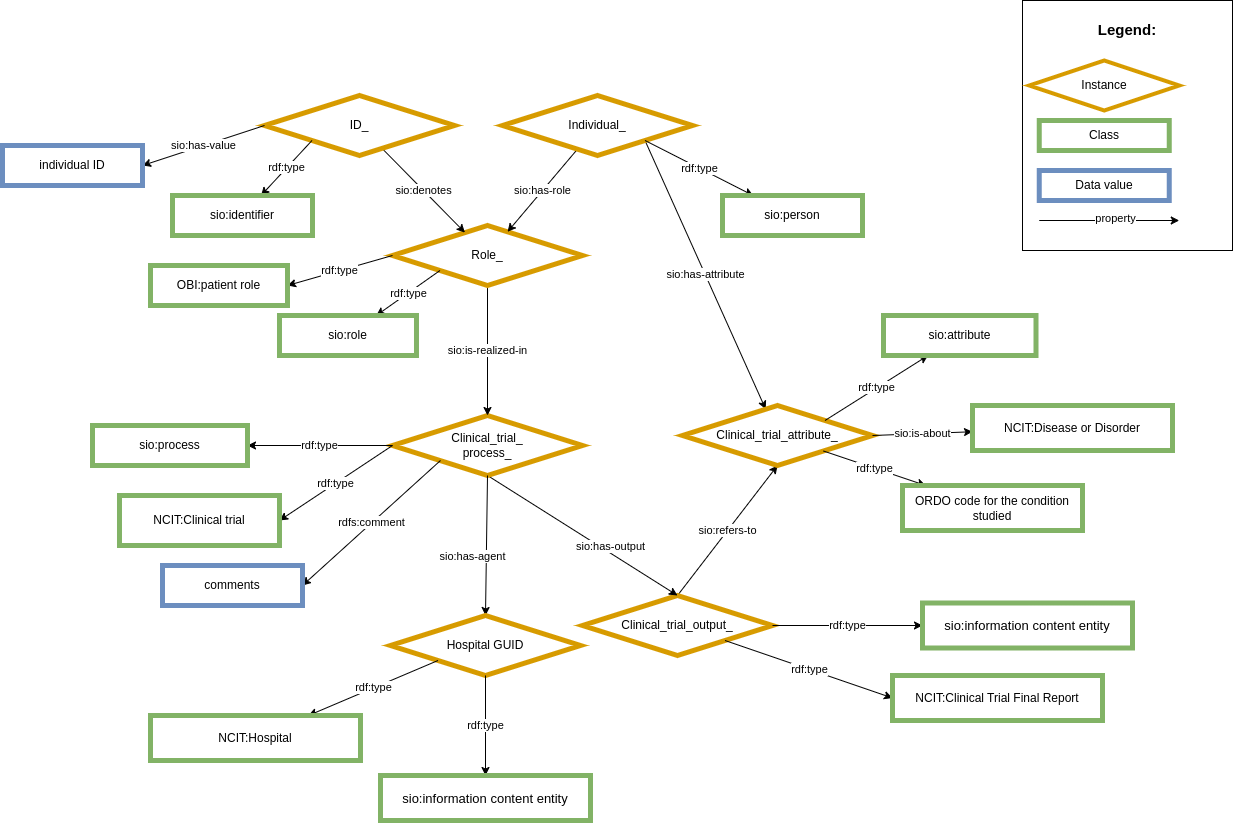
Above: images/CARE-SM-Clinical_trials.png in CARE-SM/CARE-Semantic-Model (draw.io), before the change. Source tidied: cells renumbered, new cells last; positions are measured from the earlier drawing's top-left corner, leaving out a move shared by most shapes.
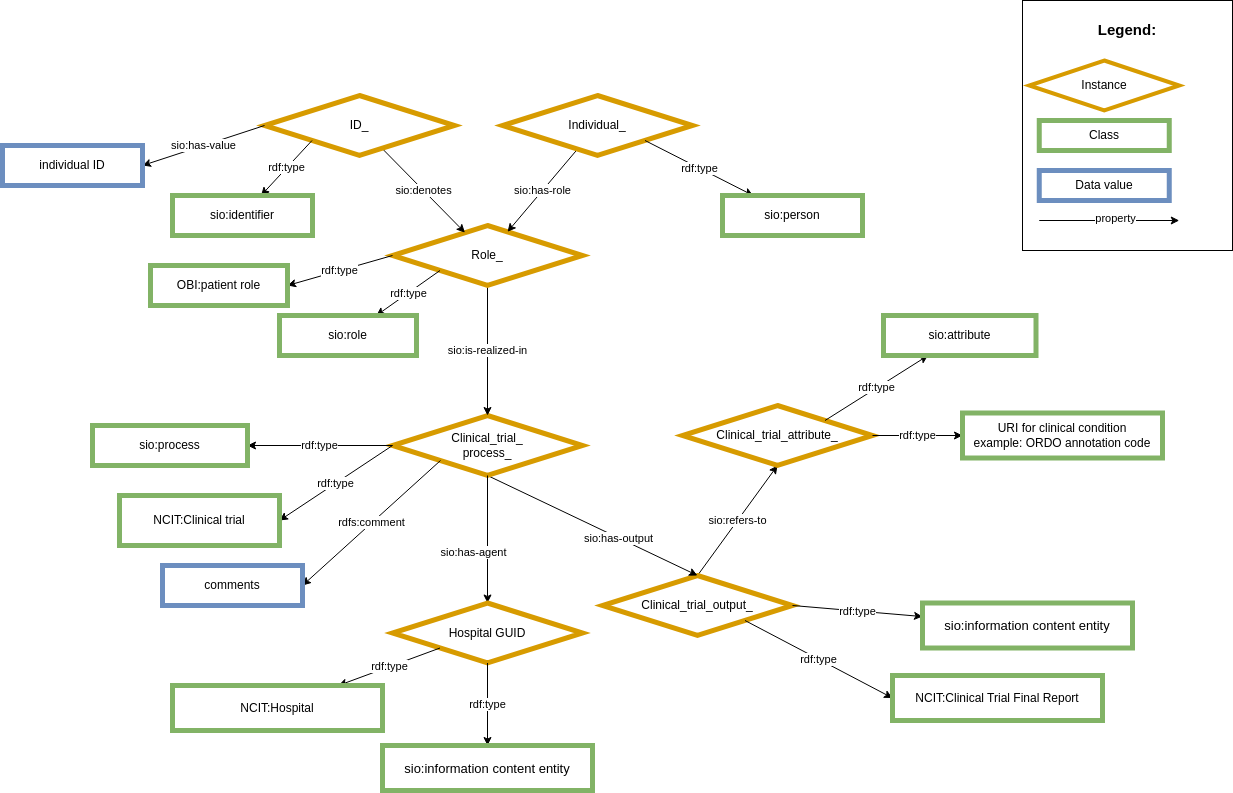
The same file after the commit.

What changed in the source:
```diff
@@ -6,7 +6,7 @@
       <mxGeometry relative="1" as="geometry" />
     </mxCell>
     <mxCell id="3" value="Clinical_trial_output_" style="rhombus;whiteSpace=wrap;html=1;fillColor=#FFFFFF;strokeColor=#d79b00;strokeWidth=5;" parent="1" vertex="1">
-      <mxGeometry x="580" y="595" width="190" height="60" as="geometry" />
+      <mxGeometry x="600" y="575" width="190" height="60" as="geometry" />
     </mxCell>
     <mxCell id="4" style="edgeStyle=none;rounded=0;jettySize=auto;html=1;exitX=0.5;exitY=1;exitDx=0;exitDy=0;entryX=0.5;entryY=0;entryDx=0;entryDy=0;" parent="1" edge="1" source="6" target="3">
       <mxGeometry relative="1" as="geometry" />
@@ -34,9 +34,6 @@
     <mxCell id="11" value="&lt;font size=&quot;2&quot;&gt;sio:information content entity&lt;/font&gt;" style="whiteSpace=wrap;html=1;fillColor=#FFFFFF;strokeColor=#82b366;strokeWidth=5;" parent="1" vertex="1">
       <mxGeometry x="920" y="602.5" width="210" height="45" as="geometry" />
     </mxCell>
-    <mxCell id="12" value="sio:has-attribute" style="rounded=0;jettySize=auto;html=1;exitX=1;exitY=1;exitDx=0;exitDy=0;" parent="1" edge="1" source="17" target="18">
-      <mxGeometry relative="1" as="geometry" />
-    </mxCell>
     <mxCell id="13" value="Role_" style="rhombus;whiteSpace=wrap;html=1;fillColor=#FFFFFF;strokeColor=#d79b00;strokeWidth=5;" parent="1" vertex="1">
       <mxGeometry x="390" y="225" width="190" height="60" as="geometry" />
     </mxCell>
@@ -88,13 +85,13 @@
       </mxGeometry>
     </mxCell>
     <mxCell id="29" value="Hospital GUID" style="rhombus;whiteSpace=wrap;html=1;fillColor=#FFFFFF;strokeColor=#d79b00;strokeWidth=5;" parent="1" vertex="1">
-      <mxGeometry x="388" y="615" width="190" height="60" as="geometry" />
+      <mxGeometry x="390" y="602.5" width="190" height="60" as="geometry" />
     </mxCell>
     <mxCell id="30" value="rdf:type" style="edgeStyle=none;rounded=0;jettySize=auto;html=1;exitX=0.5;exitY=1;exitDx=0;exitDy=0;" parent="1" edge="1" source="29" target="31">
       <mxGeometry relative="1" as="geometry" />
     </mxCell>
     <mxCell id="31" value="&lt;font size=&quot;2&quot;&gt;sio:information content entity&lt;/font&gt;" style="whiteSpace=wrap;html=1;fillColor=#FFFFFF;strokeColor=#82b366;strokeWidth=5;" parent="1" vertex="1">
-      <mxGeometry x="378" y="775" width="210" height="45" as="geometry" />
+      <mxGeometry x="380" y="745" width="210" height="45" as="geometry" />
     </mxCell>
     <mxCell id="32" value="sio:has-value" style="rounded=0;jettySize=auto;html=1;exitX=0;exitY=0.5;exitDx=0;exitDy=0;entryX=1;entryY=0.5;entryDx=0;entryDy=0;" parent="1" edge="1" source="15" target="33">
       <mxGeometry relative="1" as="geometry" />
@@ -124,14 +121,8 @@
       <mxGeometry relative="1" as="geometry" />
     </mxCell>
     <mxCell id="41" value="NCIT:Hospital" style="whiteSpace=wrap;html=1;fillColor=#FFFFFF;strokeColor=#82b366;strokeWidth=5;" parent="1" vertex="1">
-      <mxGeometry x="148" y="715" width="210" height="45" as="geometry" />
+      <mxGeometry x="170" y="685" width="210" height="45" as="geometry" />
     </mxCell>
-    <mxCell id="42" value="sio:is-about" style="edgeStyle=none;rounded=0;jettySize=auto;html=1;exitX=1;exitY=0.5;exitDx=0;exitDy=0;" parent="1" edge="1" source="18" target="43">
-      <mxGeometry relative="1" as="geometry" />
-    </mxCell>
-    <mxCell id="43" value="&lt;span style=&quot;background-color: initial;&quot;&gt;NCIT:Disease or Disorder&lt;/span&gt;&lt;span style=&quot;background-color: initial;&quot;&gt;&lt;br&gt;&lt;/span&gt;" style="whiteSpace=wrap;html=1;fillColor=#FFFFFF;strokeColor=#82b366;strokeWidth=5;" parent="1" vertex="1">
-      <mxGeometry x="970" y="405" width="200" height="45" as="geometry" />
-    </mxCell>
     <mxCell id="44" value="rdfs:comment" style="rounded=0;jettySize=auto;html=1;exitX=0;exitY=1;exitDx=0;exitDy=0;entryX=1;entryY=0.5;entryDx=0;entryDy=0;" parent="1" edge="1" target="45">
       <mxGeometry relative="1" as="geometry">
         <mxPoint x="438" y="460" as="sourcePoint" />
@@ -143,8 +134,8 @@
     <mxCell id="46" value="rdf:type" style="edgeStyle=none;rounded=0;jettySize=auto;html=1;" parent="1" edge="1" source="18" target="47">
       <mxGeometry relative="1" as="geometry" />
     </mxCell>
-    <mxCell id="47" value="ORDO code for the condition studied" style="whiteSpace=wrap;html=1;fillColor=#FFFFFF;strokeColor=#82b366;strokeWidth=5;" parent="1" vertex="1">
-      <mxGeometry x="900" y="485" width="180" height="45" as="geometry" />
+    <mxCell id="47" value="&lt;div style=&quot;border-color: var(--border-color);&quot;&gt;URI for clinical condition&lt;/div&gt;&lt;div style=&quot;border-color: var(--border-color);&quot;&gt;example: ORDO annotation code&lt;/div&gt;" style="whiteSpace=wrap;html=1;fillColor=#FFFFFF;strokeColor=#82b366;strokeWidth=5;" parent="1" vertex="1">
+      <mxGeometry x="960" y="412.5" width="200" height="45" as="geometry" />
     </mxCell>
     <mxCell id="48" value="&lt;div style=&quot;text-align: left; font-size: 15px;&quot;&gt;&lt;span style=&quot;background-color: initial;&quot;&gt;&lt;b style=&quot;&quot;&gt;&lt;font style=&quot;font-size: 15px;&quot;&gt;Legend:&lt;/font&gt;&lt;/b&gt;&lt;/span&gt;&lt;/div&gt;&lt;div style=&quot;text-align: left; font-size: 15px;&quot;&gt;&lt;span style=&quot;background-color: initial;&quot;&gt;&lt;br&gt;&lt;/span&gt;&lt;/div&gt;&lt;div style=&quot;text-align: left;&quot;&gt;&lt;span style=&quot;background-color: initial;&quot;&gt;&lt;br&gt;&lt;/span&gt;&lt;/div&gt;&lt;div style=&quot;text-align: left;&quot;&gt;&lt;span style=&quot;background-color: initial;&quot;&gt;&lt;br&gt;&lt;/span&gt;&lt;/div&gt;&lt;div style=&quot;text-align: left;&quot;&gt;&lt;br&gt;&lt;/div&gt;&lt;div style=&quot;text-align: left;&quot;&gt;&lt;br&gt;&lt;/div&gt;&lt;div style=&quot;text-align: left;&quot;&gt;&lt;br&gt;&lt;/div&gt;&lt;div style=&quot;text-align: left;&quot;&gt;&lt;br&gt;&lt;/div&gt;&lt;div style=&quot;text-align: left;&quot;&gt;&lt;br&gt;&lt;/div&gt;&lt;div style=&quot;text-align: left;&quot;&gt;&lt;span style=&quot;background-color: initial;&quot;&gt;&lt;br&gt;&lt;/span&gt;&lt;/div&gt;&lt;div style=&quot;text-align: left;&quot;&gt;&lt;span style=&quot;background-color: initial;&quot;&gt;&lt;br&gt;&lt;/span&gt;&lt;/div&gt;&lt;div style=&quot;text-align: left;&quot;&gt;&lt;span style=&quot;background-color: initial;&quot;&gt;&lt;br&gt;&lt;/span&gt;&lt;/div&gt;&lt;div style=&quot;text-align: left;&quot;&gt;&lt;span style=&quot;background-color: initial;&quot;&gt;&lt;br&gt;&lt;/span&gt;&lt;/div&gt;&lt;div style=&quot;text-align: left;&quot;&gt;&lt;span style=&quot;background-color: initial;&quot;&gt;&lt;br&gt;&lt;/span&gt;&lt;/div&gt;" style="rounded=0;whiteSpace=wrap;html=1;" parent="1" vertex="1">
       <mxGeometry x="1020" width="210" height="250" as="geometry" />
```
